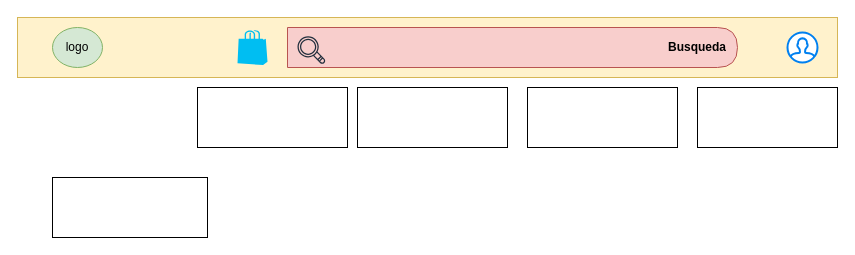
Earlier version of the draw.io diagram Diagrama sin título.drawio (donGGxd/grupo-7-sprint1). Source tidied: cells renumbered, new cells numbered last; positions are measured from the earlier drawing's top-left corner, leaving out a move shared by most shapes. Both pictures are drawn from the tidied source at 100%, with x=0, y=0 at pixel (17, 17).
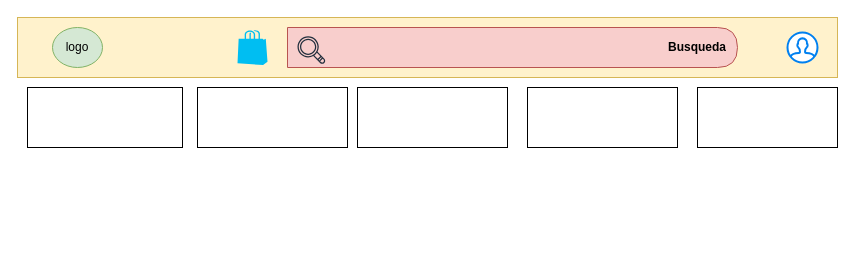
After the change.

What changed in the source:
```diff
@@
 <mxGraphModel>
   <root>
     <mxCell id="0" />
     <mxCell id="1" parent="0" />
-    <mxCell id="2" style="group;" parent="1" vertex="1">
+    <mxCell id="2" style="group;perimeterSpacing=1;" parent="1" vertex="1">
       <mxGeometry width="820" height="130" as="geometry" />
     </mxCell>
     <mxCell id="3" style="rounded=0;whiteSpace=wrap;html=1;fillColor=#fff2cc;strokeColor=#d6b656;" parent="2" vertex="1">
       <mxGeometry width="820" height="60" as="geometry" />
     </mxCell>
     <mxCell id="4" value="logo" style="ellipse;whiteSpace=wrap;html=1;align=center;fillColor=#d5e8d4;strokeColor=#82b366;" parent="2" vertex="1">
       <mxGeometry x="35" y="10" width="50" height="40" as="geometry" />
     </mxCell>
     <mxCell id="5" style="shape=delay;whiteSpace=wrap;html=1;strokeColor=#b85450;shadow=0;fillColor=#f8cecc;" parent="2" vertex="1">
       <mxGeometry x="270" y="10" width="450" height="40" as="geometry" />
     </mxCell>
     <mxCell id="6" style="sketch=0;fontColor=#232F3E;gradientColor=none;fillColor=#232F3D;strokeColor=none;dashed=0;verticalLabelPosition=bottom;verticalAlign=top;align=center;html=1;fontSize=12;fontStyle=0;shape=mxgraph.aws4.magnifying_glass;" parent="2" vertex="1">
       <mxGeometry x="280" y="18.5" width="28" height="28" as="geometry" />
     </mxCell>
     <mxCell id="7" style="html=1;verticalLabelPosition=bottom;align=center;labelBackgroundColor=#ffffff;verticalAlign=top;strokeWidth=2;strokeColor=#0080F0;shadow=0;dashed=0;shape=mxgraph.ios7.icons.user;" parent="2" vertex="1">
       <mxGeometry x="770" y="15" width="30" height="30" as="geometry" />
     </mxCell>
     <mxCell id="8" style="verticalLabelPosition=bottom;html=1;verticalAlign=top;align=center;strokeColor=none;fillColor=#00BEF2;shape=mxgraph.azure.azure_marketplace;" parent="2" vertex="1">
       <mxGeometry x="220" y="12.5" width="30" height="35" as="geometry" />
     </mxCell>
     <mxCell id="9" value="&lt;font face=&quot;Helvetica&quot;&gt;Busqueda&lt;/font&gt;" style="text;html=1;strokeColor=none;fillColor=none;align=center;verticalAlign=middle;whiteSpace=wrap;rounded=0;fontStyle=1;labelPosition=center;verticalLabelPosition=middle;fontFamily=Times New Roman;" parent="2" vertex="1">
       <mxGeometry x="650" y="15" width="60" height="30" as="geometry" />
     </mxCell>
     <mxCell id="10" style="rounded=0;whiteSpace=wrap;html=1;imageAspect=1;absoluteArcSize=0;strokeColor=default;" parent="2" vertex="1">
       <mxGeometry x="680" y="70" width="140" height="60" as="geometry" />
     </mxCell>
     <mxCell id="11" style="rounded=0;whiteSpace=wrap;html=1;" parent="2" vertex="1">
       <mxGeometry x="510" y="70" width="150" height="60" as="geometry" />
     </mxCell>
     <mxCell id="12" style="rounded=0;whiteSpace=wrap;html=1;" parent="2" vertex="1">
       <mxGeometry x="180" y="70" width="150" height="60" as="geometry" />
     </mxCell>
     <mxCell id="13" style="rounded=0;whiteSpace=wrap;html=1;" parent="2" vertex="1">
       <mxGeometry x="340" y="70" width="150" height="60" as="geometry" />
     </mxCell>
-    <mxCell id="14" style="rounded=0;whiteSpace=wrap;html=1;gradientColor=none;strokeWidth=1;perimeterSpacing=0;imageAspect=0;" parent="1" vertex="1">
-      <mxGeometry x="35" y="160" width="155" height="60" as="geometry" />
+    <mxCell id="14" style="rounded=0;whiteSpace=wrap;html=1;gradientColor=none;strokeWidth=1;perimeterSpacing=0;imageAspect=0;backgroundOutline=0;comic=0;enumerate=0;noLabel=0;strokeOpacity=100;fillOpacity=100;overflow=visible;direction=west;imageHeight=24;absoluteArcSize=1;" parent="2" vertex="1">
+      <mxGeometry x="10" y="70" width="155" height="60" as="geometry" />
     </mxCell>
   </root>
 </mxGraphModel>
```
